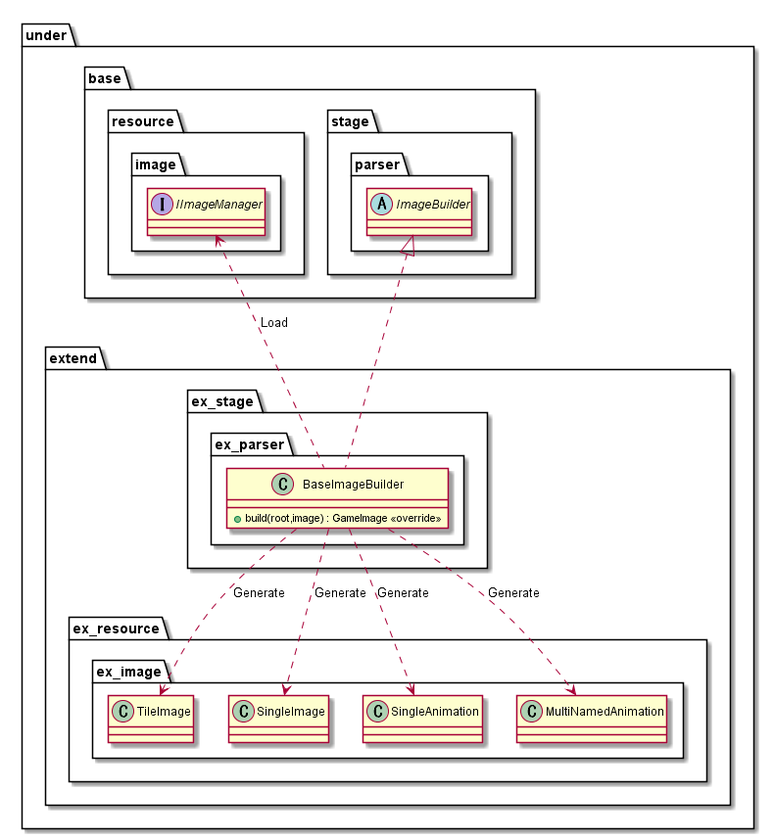
Expine/Under keeps this PlantUML diagram as out/uml/parser/Image/ParserImage.png. Above is the earlier version. Source of this version:
```plantuml
@startuml ParserImage

package under {
    package extend {
        package ex_stage {
            package ex_parser {
                class BaseImageBuilder {
                    +build(root,image) : GameImage <<override>>
                }
            }
        }
    }
}

package under {
    package base {
        package resource {
            package image {
                interface IImageManager
            }
        }
        package stage {
            package parser {
                abstract ImageBuilder
            }
        }
    }
    package extend {
        package ex_resource {
            package ex_image {
                class TileImage
                class SingleImage
                class SingleAnimation
                class MultiNamedAnimation
            }
        }
    }
}

BaseImageBuilder ..> TileImage : Generate
BaseImageBuilder ..> SingleImage : Generate
BaseImageBuilder ..> SingleAnimation : Generate
BaseImageBuilder ..> MultiNamedAnimation : Generate
IImageManager <.. BaseImageBuilder : Load

ImageBuilder <|.. BaseImageBuilder

@enduml
```
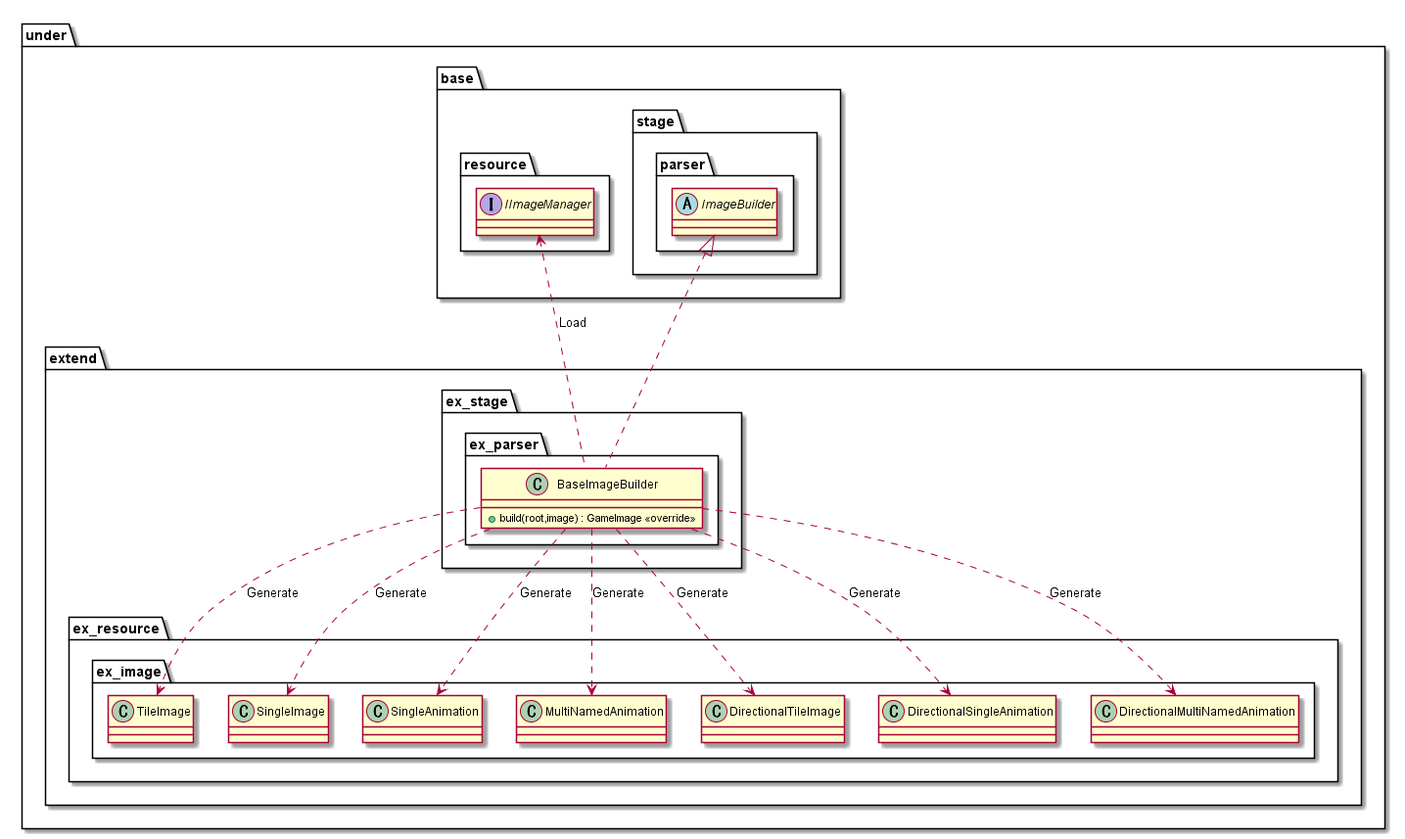
Above is the later version.

Change to the diagram source:
```diff
@@ -15,9 +15,7 @@
 package under {
     package base {
         package resource {
-            package image {
-                interface IImageManager
-            }
+            interface IImageManager
         }
         package stage {
             package parser {
@@ -32,6 +30,9 @@
                 class SingleImage
                 class SingleAnimation
                 class MultiNamedAnimation
+                class DirectionalTileImage
+                class DirectionalSingleAnimation
+                class DirectionalMultiNamedAnimation
             }
         }
     }
@@ -41,6 +42,10 @@
 BaseImageBuilder ..> SingleImage : Generate
 BaseImageBuilder ..> SingleAnimation : Generate
 BaseImageBuilder ..> MultiNamedAnimation : Generate
+BaseImageBuilder ..> DirectionalTileImage : Generate
+BaseImageBuilder ..> DirectionalSingleAnimation : Generate
+BaseImageBuilder ..> DirectionalMultiNamedAnimation : Generate
+
 IImageManager <.. BaseImageBuilder : Load
 
 ImageBuilder <|.. BaseImageBuilder
```
